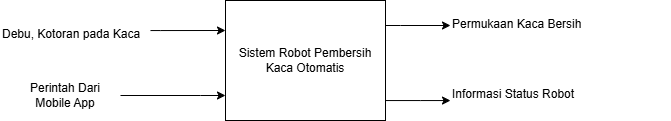
The draw.io diagram OverallFunction.drawio.png in bryansasa/PPT-Cleaning-Glass-Robot, before a commit. Source tidied: cells renumbered, new cells last; positions are measured from the earlier drawing's top-left corner, leaving out a move shared by most shapes.
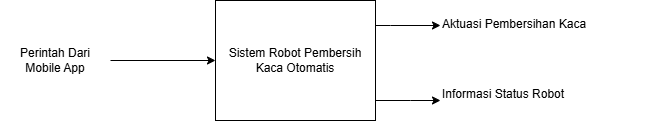
Later version of the same file.

The edit, as a diff of the source:
```diff
@@ -21,33 +21,17 @@
     <mxCell id="4" value="Sistem Robot Pembersih Kaca Otomatis" style="rounded=0;whiteSpace=wrap;html=1;" parent="1" vertex="1">
       <mxGeometry x="225" width="160" height="120" as="geometry" />
     </mxCell>
-    <mxCell id="5" style="edgeStyle=orthogonalEdgeStyle;rounded=0;jettySize=auto;html=1;entryX=0;entryY=0.25;entryDx=0;entryDy=0;" parent="1" edge="1" source="6" target="4">
-      <mxGeometry relative="1" as="geometry">
-        <Array as="points">
-          <mxPoint x="160" y="30" />
-          <mxPoint x="160" y="30" />
-        </Array>
-      </mxGeometry>
-    </mxCell>
-    <mxCell id="6" value="Debu, Kotoran pada Kaca" style="text;whiteSpace=wrap;html=1;" parent="1" vertex="1">
-      <mxGeometry y="20" width="150" height="30" as="geometry" />
-    </mxCell>
-    <mxCell id="7" value="Permukaan Kaca Bersih" style="text;whiteSpace=wrap;html=1;" parent="1" vertex="1">
-      <mxGeometry x="450" y="10" width="140" height="30" as="geometry" />
+    <mxCell id="7" value="Aktuasi Pembersihan Kaca" style="text;whiteSpace=wrap;html=1;" parent="1" vertex="1">
+      <mxGeometry x="450" y="10" width="150" height="30" as="geometry" />
     </mxCell>
     <mxCell id="8" value="Informasi Status Robot&lt;span style=&quot;color: rgba(0, 0, 0, 0); font-family: monospace; font-size: 0px; text-wrap-mode: nowrap;&quot;&gt;%3CmxGraphModel%3E%3Croot%3E%3CmxCell%20id%3D%220%22%2F%3E%3CmxCell%20id%3D%221%22%20parent%3D%220%22%2F%3E%3CmxCell%20id%3D%222%22%20parent%3D%221%22%20style%3D%22text%3BwhiteSpace%3Dwrap%3Bhtml%3D1%3B%22%20value%3D%22Perintah%20dari%20Mobile%20App%22%20vertex%3D%221%22%3E%3CmxGeometry%20height%3D%2240%22%20width%3D%22150%22%20x%3D%2230%22%20y%3D%22570%22%20as%3D%22geometry%22%2F%3E%3C%2FmxCell%3E%3C%2Froot%3E%3C%2FmxGraphModel%3E&lt;/span&gt;" style="text;whiteSpace=wrap;html=1;" parent="1" vertex="1">
       <mxGeometry x="450" y="80" width="220" height="30" as="geometry" />
     </mxCell>
     <mxCell id="9" style="edgeStyle=orthogonalEdgeStyle;rounded=0;jettySize=auto;html=1;" parent="1" edge="1" source="10" target="4">
-      <mxGeometry relative="1" as="geometry">
-        <Array as="points">
-          <mxPoint x="200" y="95" />
-          <mxPoint x="200" y="95" />
-        </Array>
-      </mxGeometry>
+      <mxGeometry relative="1" as="geometry" />
     </mxCell>
     <mxCell id="10" value="Perintah Dari Mobile App" style="text;html=1;whiteSpace=wrap;strokeColor=none;fillColor=none;align=center;verticalAlign=middle;rounded=0;" parent="1" vertex="1">
-      <mxGeometry x="10" y="80" width="110" height="30" as="geometry" />
+      <mxGeometry x="10" y="45" width="110" height="30" as="geometry" />
     </mxCell>
   </root>
 </mxGraphModel>
```
